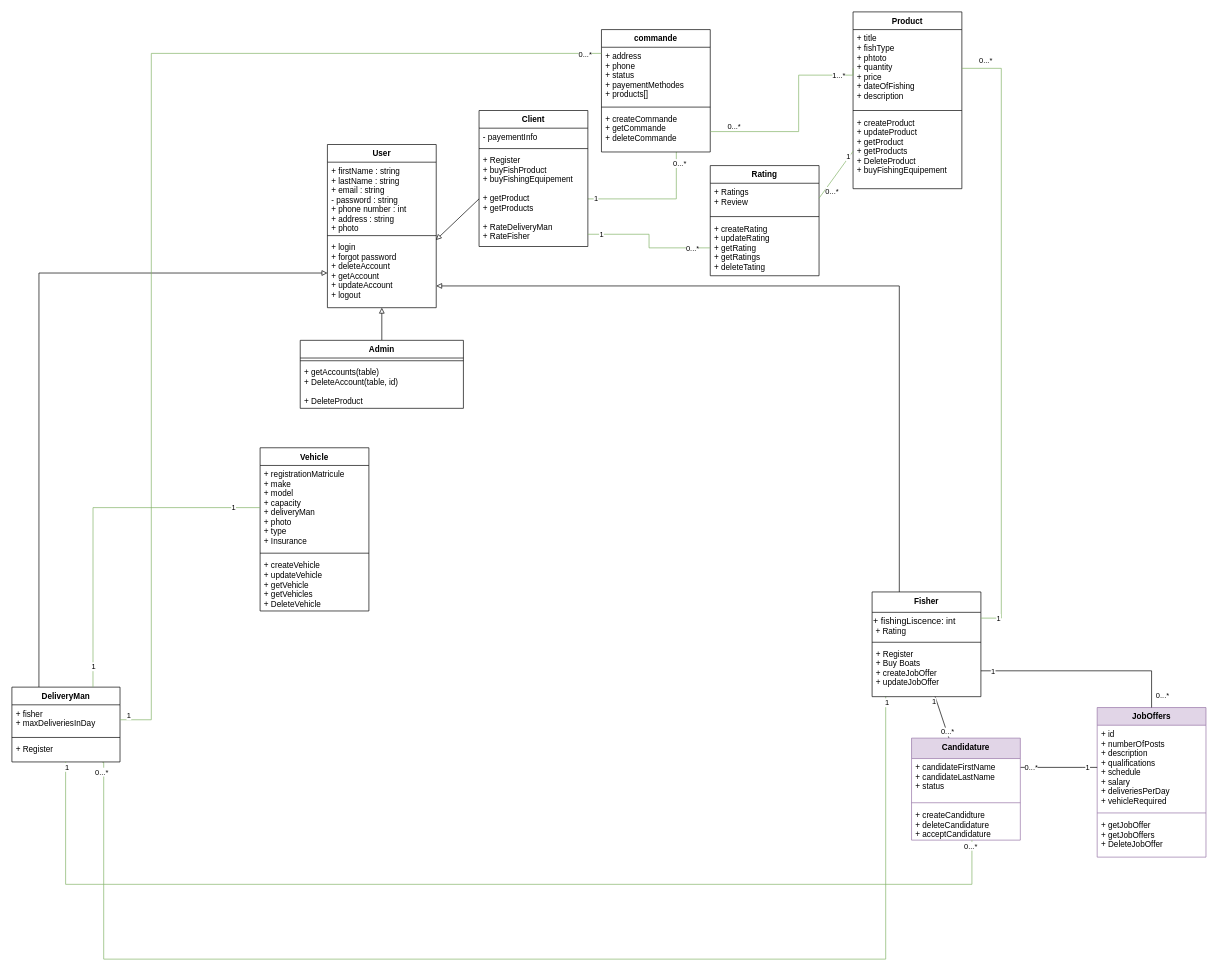
Ayope/marsa.ma keeps this draw.io diagram as resources/UML/class diagram/e-commerce class diagram marsa.ma.drawio. Above is the earlier version. Source tidied: cells renumbered, new cells numbered last; positions are measured from the earlier drawing's top-left corner, leaving out a move shared by most shapes. Both pictures are drawn from the tidied source at 68%, with x=0, y=0 at pixel (12, 12).
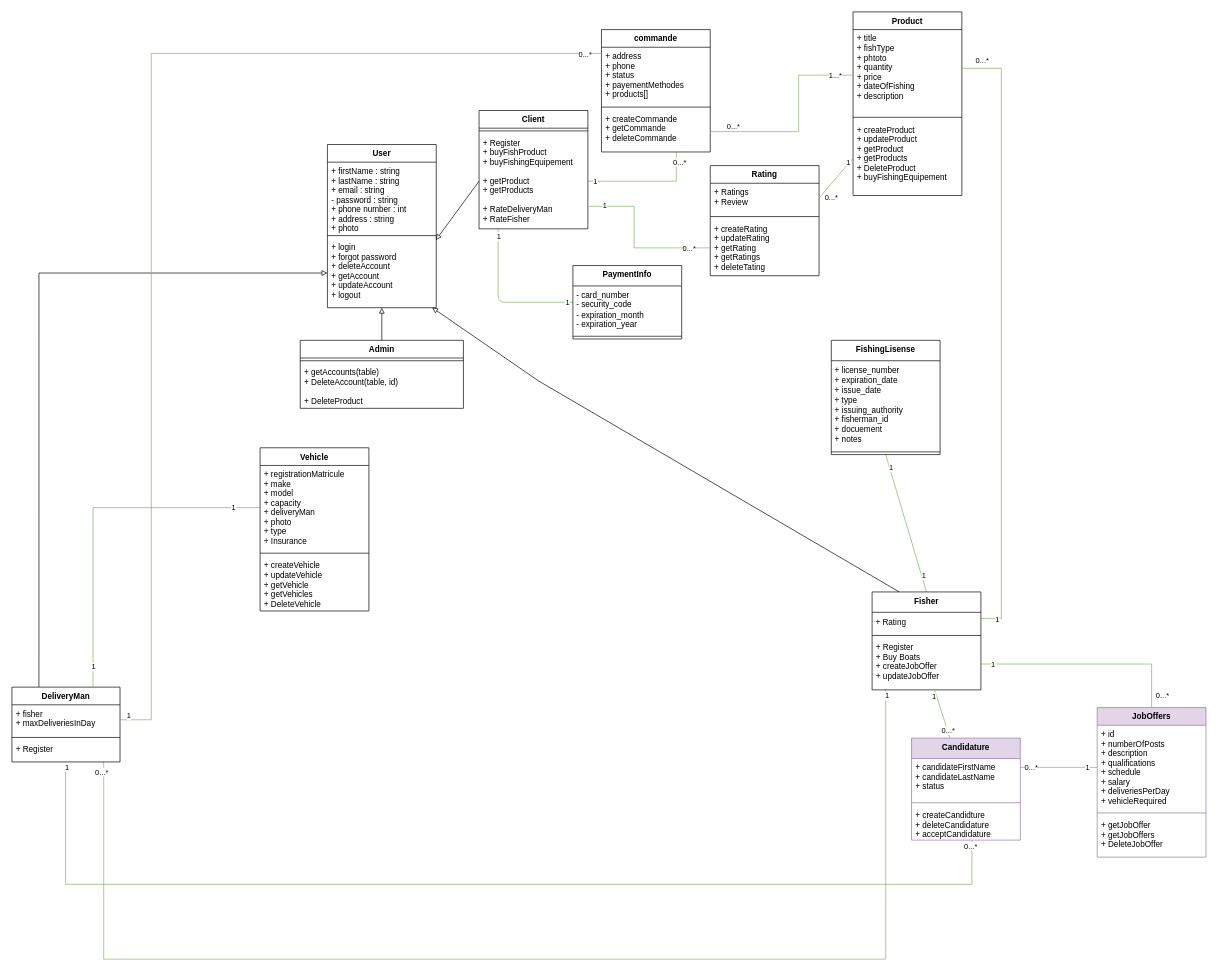
The same page after the edit.

The change refers to these unchanged cells:
```xml
<mxCell id="30" value="+ login&#10;+ forgot password&#10;+ deleteAccount&#10;+ getAccount&#10;+ updateAccount&#10;+ logout" style="text;strokeColor=none;fillColor=none;align=left;verticalAlign=top;spacingLeft=4;spacingRight=4;overflow=hidden;points=[[0,0.5],[1,0.5]];portConstraint=eastwest;" parent="27" vertex="1">
  <mxGeometry y="138" width="160" height="102" as="geometry" />
</mxCell>
<mxCell id="39" value="JobOffers" style="swimlane;fontStyle=1;align=center;verticalAlign=top;horizontal=1;startSize=26;fillColor=#e1d5e7;strokeColor=#9673a6;" parent="1" vertex="1">
  <mxGeometry x="1596" y="1023" width="160" height="220" as="geometry" />
</mxCell>
<mxCell id="40" value="+ id&#10;+ numberOfPosts&#10;+ description&#10;+ qualifications&#10;+ schedule&#10;+ salary&#10;+ deliveriesPerDay&#10;+ vehicleRequired" style="text;strokeColor=none;fillColor=none;align=left;verticalAlign=top;spacingLeft=4;spacingRight=4;overflow=hidden;points=[[0,0.5],[1,0.5]];portConstraint=eastwest;" parent="39" vertex="1">
  <mxGeometry y="26" width="160" height="124" as="geometry" />
</mxCell>
<mxCell id="68" value="Candidature" style="swimlane;fontStyle=1;align=center;verticalAlign=top;horizontal=1;startSize=30;fillColor=#e1d5e7;strokeColor=#9673a6;" parent="1" vertex="1">
  <mxGeometry x="1323" y="1068" width="160" height="150" as="geometry" />
</mxCell>
<mxCell id="80" value="+ createRating&#10;+ updateRating&#10;+ getRating&#10;+ getRatings&#10;+ deleteTating" style="text;strokeColor=none;fillColor=none;align=left;verticalAlign=top;spacingLeft=4;spacingRight=4;overflow=hidden;points=[[0,0.5],[1,0.5]];portConstraint=eastwest;" parent="77" vertex="1">
  <mxGeometry y="80" width="160" height="82" as="geometry" />
</mxCell>
```

Diff of the diagram source:
```diff
@@
-    <mxCell id="2" style="rounded=0;jettySize=auto;elbow=vertical;html=1;endArrow=block;endFill=0;edgeStyle=orthogonalEdgeStyle;exitX=0.25;exitY=0;exitDx=0;exitDy=0;" parent="1" edge="1" source="6" target="30">
+    <mxCell id="2" style="rounded=0;jettySize=auto;elbow=vertical;html=1;endArrow=block;endFill=0;exitX=0.25;exitY=0;exitDx=0;exitDy=0;" parent="1" edge="1" source="6" target="30">
       <mxGeometry relative="1" as="geometry">
         <Array as="points">
-          <mxPoint x="1305" y="403" />
+          <mxPoint x="775" y="543" />
         </Array>
       </mxGeometry>
     </mxCell>
@@
+    <mxCell id="87" style="edgeStyle=none;html=1;exitX=0.5;exitY=0;exitDx=0;exitDy=0;endArrow=none;endFill=0;entryX=0.5;entryY=1;entryDx=0;entryDy=0;strokeColor=#82B366;" parent="1" edge="1" source="6" target="90">
+      <mxGeometry relative="1" as="geometry" />
+    </mxCell>
+    <mxCell id="88" value="1" style="edgeLabel;html=1;align=center;verticalAlign=middle;" parent="87" vertex="1">
+      <mxGeometry x="0.81" y="-2" relative="1" as="geometry" />
+    </mxCell>
+    <mxCell id="89" value="1" style="edgeLabel;html=1;align=center;verticalAlign=middle;" parent="87" vertex="1">
+      <mxGeometry x="-0.8" y="-2" relative="1" as="geometry">
+        <mxPoint y="-4" as="offset" />
+      </mxGeometry>
+    </mxCell>
     <mxCell id="6" value=" Fisher" style="swimlane;fontStyle=1;align=center;verticalAlign=top;horizontal=1;startSize=30;" parent="1" vertex="1">
-      <mxGeometry x="1265" y="853" width="160" height="154" as="geometry" />
+      <mxGeometry x="1265" y="853" width="160" height="144" as="geometry" />
     </mxCell>
-    <mxCell id="7" value="&lt;span style=&quot;font-size: 13px;&quot;&gt;+ fishingLiscence: int&lt;/span&gt;&lt;br style=&quot;border-color: var(--border-color); padding: 0px; margin: 0px; font-size: 13px;&quot;&gt;&amp;nbsp;+ Rating" style="text;html=1;align=left;verticalAlign=middle;strokeColor=none;fillColor=none;" parent="6" vertex="1">
-      <mxGeometry y="30" width="160" height="40" as="geometry" />
+    <mxCell id="7" value="&amp;nbsp;+ Rating" style="text;html=1;align=left;verticalAlign=middle;strokeColor=none;fillColor=none;" parent="6" vertex="1">
+      <mxGeometry y="30" width="160" height="30" as="geometry" />
     </mxCell>
     <mxCell id="8" style="line;strokeWidth=1;fillColor=none;align=left;verticalAlign=middle;spacingTop=-1;spacingLeft=3;spacingRight=3;labelPosition=right;strokeColor=inherit;" parent="6" vertex="1">
-      <mxGeometry y="70" width="160" height="8" as="geometry" />
+      <mxGeometry y="60" width="160" height="8" as="geometry" />
     </mxCell>
     <mxCell id="9" value="+ Register&#10;+ Buy Boats&#10;+ createJobOffer&#10;+ updateJobOffer" style="text;strokeColor=none;fillColor=none;align=left;verticalAlign=top;spacingLeft=4;spacingRight=4;overflow=hidden;points=[[0,0.5],[1,0.5]];portConstraint=eastwest;" parent="6" vertex="1">
-      <mxGeometry y="78" width="160" height="76" as="geometry" />
+      <mxGeometry y="68" width="160" height="76" as="geometry" />
     </mxCell>
@@
     <mxCell id="23" value="Client" style="swimlane;fontStyle=1;align=center;verticalAlign=top;horizontal=1;startSize=26;" parent="1" vertex="1">
-      <mxGeometry x="687" y="145" width="160" height="200" as="geometry" />
+      <mxGeometry x="687" y="145" width="160" height="174" as="geometry" />
     </mxCell>
-    <mxCell id="24" value="- payementInfo" style="text;strokeColor=none;fillColor=none;align=left;verticalAlign=top;spacingLeft=4;spacingRight=4;overflow=hidden;" parent="23" vertex="1">
-      <mxGeometry y="26" width="160" height="26" as="geometry" />
-    </mxCell>
     <mxCell id="25" style="line;strokeWidth=1;fillColor=none;align=left;verticalAlign=middle;spacingTop=-1;spacingLeft=3;spacingRight=3;labelPosition=right;strokeColor=inherit;" parent="23" vertex="1">
-      <mxGeometry y="52" width="160" height="8" as="geometry" />
+      <mxGeometry y="26" width="160" height="8" as="geometry" />
     </mxCell>
     <mxCell id="26" value="+ Register&#10;+ buyFishProduct&#10;+ buyFishingEquipement&#10;&#10;+ getProduct&#10;+ getProducts&#10;&#10;+ RateDeliveryMan&#10;+ RateFisher" style="text;strokeColor=none;fillColor=none;align=left;verticalAlign=top;spacingLeft=4;spacingRight=4;overflow=hidden;points=[[0,0.5],[1,0.5]];portConstraint=eastwest;" parent="23" vertex="1">
-      <mxGeometry y="60" width="160" height="140" as="geometry" />
+      <mxGeometry y="34" width="160" height="140" as="geometry" />
     </mxCell>
@@
     <mxCell id="35" value="Product" style="swimlane;fontStyle=1;align=center;verticalAlign=top;horizontal=1;startSize=26;" parent="1" vertex="1">
-      <mxGeometry x="1237" width="160" height="260" as="geometry" />
+      <mxGeometry x="1237" width="160" height="270" as="geometry" />
     </mxCell>
     <mxCell id="36" value="+ title&#10;+ fishType&#10;+ phtoto&#10;+ quantity&#10;+ price&#10;+ dateOfFishing&#10;+ description" style="text;strokeColor=none;fillColor=none;align=left;verticalAlign=top;spacingLeft=4;spacingRight=4;overflow=hidden;points=[[0,0.5],[1,0.5]];portConstraint=eastwest;" parent="35" vertex="1">
-      <mxGeometry y="26" width="160" height="114" as="geometry" />
+      <mxGeometry y="26" width="160" height="124" as="geometry" />
     </mxCell>
     <mxCell id="37" style="line;strokeWidth=1;fillColor=none;align=left;verticalAlign=middle;spacingTop=-1;spacingLeft=3;spacingRight=3;labelPosition=right;strokeColor=inherit;" parent="35" vertex="1">
-      <mxGeometry y="140" width="160" height="10" as="geometry" />
+      <mxGeometry y="150" width="160" height="10" as="geometry" />
     </mxCell>
     <mxCell id="38" value="+ createProduct&#10;+ updateProduct&#10;+ getProduct&#10;+ getProducts&#10;+ DeleteProduct&#10;+ buyFishingEquipement" style="text;strokeColor=none;fillColor=none;align=left;verticalAlign=top;spacingLeft=4;spacingRight=4;overflow=hidden;points=[[0,0.5],[1,0.5]];portConstraint=eastwest;" parent="35" vertex="1">
-      <mxGeometry y="150" width="160" height="110" as="geometry" />
+      <mxGeometry y="160" width="160" height="110" as="geometry" />
     </mxCell>
@@
-    <mxCell id="49" style="edgeStyle=elbowEdgeStyle;rounded=0;jettySize=auto;html=1;endArrow=none;endFill=0;entryX=1;entryY=0.5;entryDx=0;entryDy=0;exitX=0.5;exitY=0;exitDx=0;exitDy=0;" parent="1" edge="1" source="39" target="9">
+    <mxCell id="49" style="edgeStyle=elbowEdgeStyle;rounded=0;jettySize=auto;html=1;endArrow=none;endFill=0;entryX=1;entryY=0.5;entryDx=0;entryDy=0;exitX=0.5;exitY=0;exitDx=0;exitDy=0;strokeColor=#82B366;" parent="1" edge="1" source="39" target="9">
       <mxGeometry relative="1" as="geometry">
         <Array as="points">
           <mxPoint x="1676" y="983" />
           <mxPoint x="1635" y="1143" />
           <mxPoint x="1616" y="1133" />
           <mxPoint x="1726" y="533" />
           <mxPoint x="1886" y="553" />
         </Array>
       </mxGeometry>
     </mxCell>
@@
-    <mxCell id="62" style="edgeStyle=orthogonalEdgeStyle;rounded=0;jettySize=auto;html=1;entryX=0;entryY=0.5;entryDx=0;entryDy=0;endArrow=none;endFill=0;" parent="1" edge="1" source="68" target="40">
+    <mxCell id="62" style="edgeStyle=orthogonalEdgeStyle;rounded=0;jettySize=auto;html=1;entryX=0;entryY=0.5;entryDx=0;entryDy=0;endArrow=none;endFill=0;strokeColor=#82B366;" parent="1" edge="1" source="68" target="40">
       <mxGeometry relative="1" as="geometry">
         <Array as="points">
           <mxPoint x="1575" y="1111" />
           <mxPoint x="1575" y="1111" />
         </Array>
       </mxGeometry>
     </mxCell>
@@
-    <mxCell id="65" style="rounded=0;jettySize=auto;html=1;endArrow=none;endFill=0;" parent="1" edge="1" source="68" target="9">
+    <mxCell id="65" style="rounded=0;jettySize=auto;html=1;endArrow=none;endFill=0;strokeColor=#82B366;" parent="1" edge="1" source="68" target="9">
       <mxGeometry relative="1" as="geometry" />
     </mxCell>
@@
-    <mxCell id="81" style="edgeStyle=orthogonalEdgeStyle;rounded=0;jettySize=auto;html=1;endArrow=none;endFill=0;exitX=0;exitY=0.5;exitDx=0;exitDy=0;strokeColor=#82B366;" parent="1" edge="1" source="80" target="26">
+    <mxCell id="81" style="edgeStyle=orthogonalEdgeStyle;rounded=0;jettySize=auto;html=1;endArrow=none;endFill=0;exitX=0;exitY=0.5;exitDx=0;exitDy=0;strokeColor=#82B366;entryX=1.008;entryY=0.763;entryDx=0;entryDy=0;entryPerimeter=0;" parent="1" edge="1" source="80" target="26">
       <mxGeometry relative="1" as="geometry">
         <Array as="points">
-          <mxPoint x="937" y="347" />
-          <mxPoint x="937" y="327" />
+          <mxPoint x="915" y="347" />
+          <mxPoint x="915" y="286" />
         </Array>
       </mxGeometry>
     </mxCell>
@@
+    <mxCell id="90" value=" FishingLisense" style="swimlane;fontStyle=1;align=center;verticalAlign=top;horizontal=1;startSize=30;" parent="1" vertex="1">
+      <mxGeometry x="1205" y="483" width="160" height="168" as="geometry" />
+    </mxCell>
+    <mxCell id="91" value="&amp;nbsp;+ license_number&lt;br style=&quot;border-color: var(--border-color); padding: 0px; margin: 0px;&quot;&gt;&amp;nbsp;+&amp;nbsp;expiration_date&lt;br style=&quot;border-color: var(--border-color); padding: 0px; margin: 0px;&quot;&gt;&amp;nbsp;+&amp;nbsp;issue_date&lt;br style=&quot;border-color: var(--border-color); padding: 0px; margin: 0px;&quot;&gt;&amp;nbsp;+&amp;nbsp;type&amp;nbsp;&lt;br style=&quot;border-color: var(--border-color); padding: 0px; margin: 0px;&quot;&gt;&amp;nbsp;+&amp;nbsp;issuing_authority&lt;br style=&quot;border-color: var(--border-color); padding: 0px; margin: 0px;&quot;&gt;&amp;nbsp;+&amp;nbsp;fisherman_id&lt;br style=&quot;border-color: var(--border-color); padding: 0px; margin: 0px;&quot;&gt;&amp;nbsp;+&amp;nbsp;docuement&lt;br style=&quot;border-color: var(--border-color); padding: 0px; margin: 0px;&quot;&gt;&amp;nbsp;+&amp;nbsp;notes" style="text;html=1;align=left;verticalAlign=middle;strokeColor=none;fillColor=none;" parent="90" vertex="1">
+      <mxGeometry y="30" width="160" height="130" as="geometry" />
+    </mxCell>
+    <mxCell id="92" style="line;strokeWidth=1;fillColor=none;align=left;verticalAlign=middle;spacingTop=-1;spacingLeft=3;spacingRight=3;labelPosition=right;strokeColor=inherit;" parent="90" vertex="1">
+      <mxGeometry y="160" width="160" height="8" as="geometry" />
+    </mxCell>
+    <mxCell id="93" style="edgeStyle=elbowEdgeStyle;html=1;exitX=0;exitY=0.5;exitDx=0;exitDy=0;endArrow=none;endFill=0;strokeColor=#82B366;" parent="1" edge="1" source="96" target="26">
+      <mxGeometry relative="1" as="geometry">
+        <Array as="points">
+          <mxPoint x="715" y="343" />
+          <mxPoint x="755" y="413" />
+        </Array>
+      </mxGeometry>
+    </mxCell>
+    <mxCell id="94" value="1" style="edgeLabel;html=1;align=center;verticalAlign=middle;" parent="93" vertex="1">
+      <mxGeometry x="-0.92" y="-1" relative="1" as="geometry" />
+    </mxCell>
+    <mxCell id="95" value="1" style="edgeLabel;html=1;align=center;verticalAlign=middle;" parent="93" vertex="1">
+      <mxGeometry x="0.9" relative="1" as="geometry" />
+    </mxCell>
+    <mxCell id="96" value=" PaymentInfo" style="swimlane;fontStyle=1;align=center;verticalAlign=top;horizontal=1;startSize=30;" parent="1" vertex="1">
+      <mxGeometry x="825" y="373" width="160" height="108" as="geometry" />
+    </mxCell>
+    <mxCell id="97" value="&amp;nbsp;- card_number&lt;br style=&quot;border-color: var(--border-color); padding: 0px; margin: 0px;&quot;&gt;&amp;nbsp;-&amp;nbsp;security_code&lt;br style=&quot;border-color: var(--border-color); padding: 0px; margin: 0px;&quot;&gt;&amp;nbsp;-&amp;nbsp;expiration_month&lt;br style=&quot;border-color: var(--border-color); padding: 0px; margin: 0px;&quot;&gt;&amp;nbsp;-&amp;nbsp;expiration_year&amp;nbsp;" style="text;html=1;align=left;verticalAlign=middle;strokeColor=none;fillColor=none;" parent="96" vertex="1">
+      <mxGeometry y="30" width="160" height="70" as="geometry" />
+    </mxCell>
+    <mxCell id="98" style="line;strokeWidth=1;fillColor=none;align=left;verticalAlign=middle;spacingTop=-1;spacingLeft=3;spacingRight=3;labelPosition=right;strokeColor=inherit;" parent="96" vertex="1">
+      <mxGeometry y="100" width="160" height="8" as="geometry" />
+    </mxCell>
```
